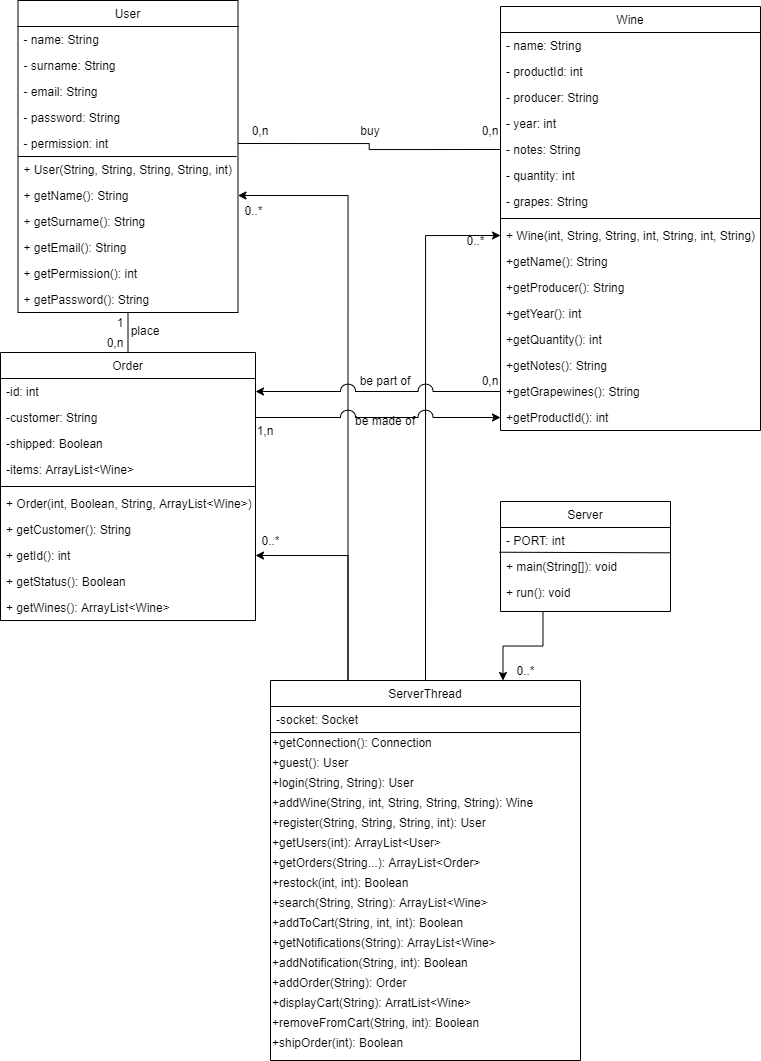
This is UML/ClassDiagram.png from Sclafus/Ecommerce-Server, a draw.io export, as it was before one commit. Source tidied: cells renumbered, new cells last; positions are measured from the earlier drawing's top-left corner, leaving out a move shared by most shapes.
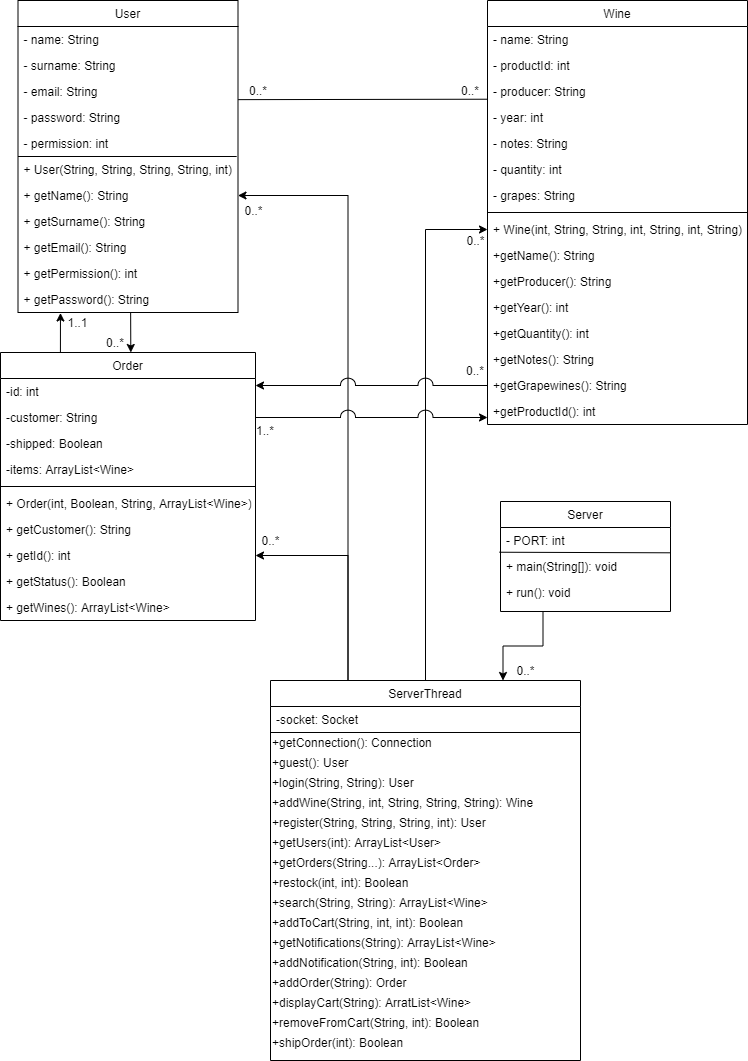
Later version of the same file.

What changed in the source:
```diff
@@ -36,7 +36,7 @@
       <mxGeometry y="242" width="255" height="26" as="geometry" />
     </mxCell>
     <mxCell id="13" value="Wine" style="swimlane;fontStyle=0;align=center;verticalAlign=top;horizontal=1;startSize=26;rounded=0;shadow=0;strokeWidth=1;" parent="1" vertex="1">
-      <mxGeometry x="500" y="6" width="260" height="424" as="geometry" />
+      <mxGeometry x="487" width="260" height="424" as="geometry" />
     </mxCell>
     <mxCell id="14" value="- name: String" style="text;align=left;verticalAlign=top;spacingLeft=4;spacingRight=4;overflow=hidden;" parent="13" vertex="1">
       <mxGeometry y="26" width="260" height="26" as="geometry" />
@@ -215,42 +215,24 @@
     <mxCell id="70" value="+ run(): void" style="text;align=left;verticalAlign=top;spacingLeft=4;spacingRight=4;overflow=hidden;rounded=0;shadow=0;html=0;" parent="66" vertex="1">
       <mxGeometry y="78" width="170" height="26" as="geometry" />
     </mxCell>
-    <mxCell id="71" value="0,n" style="text;html=1;strokeColor=none;fillColor=none;align=center;verticalAlign=middle;whiteSpace=wrap;rounded=0;" parent="1" vertex="1">
-      <mxGeometry x="480" y="120" width="20" height="20" as="geometry" />
+    <mxCell id="71" value="0..*" style="text;html=1;strokeColor=none;fillColor=none;align=center;verticalAlign=middle;whiteSpace=wrap;rounded=0;" parent="1" vertex="1">
+      <mxGeometry x="460" y="80" width="20" height="20" as="geometry" />
     </mxCell>
-    <mxCell id="72" value="0,n" style="text;html=1;strokeColor=none;fillColor=none;align=center;verticalAlign=middle;whiteSpace=wrap;rounded=0;" parent="1" vertex="1">
-      <mxGeometry x="250" y="120" width="20" height="20" as="geometry" />
+    <mxCell id="72" value="0..*" style="text;html=1;strokeColor=none;fillColor=none;align=center;verticalAlign=middle;whiteSpace=wrap;rounded=0;" parent="1" vertex="1">
+      <mxGeometry x="247.5" y="80" width="20" height="20" as="geometry" />
     </mxCell>
-    <mxCell id="73" value="buy" style="text;html=1;strokeColor=none;fillColor=none;align=center;verticalAlign=middle;whiteSpace=wrap;rounded=0;" parent="1" vertex="1">
-      <mxGeometry x="350" y="120" width="40" height="20" as="geometry" />
-    </mxCell>
-    <mxCell id="74" style="endArrow=none;html=1;entryX=0.5;entryY=1;entryDx=0;entryDy=0;exitX=0.5;exitY=0;exitDx=0;exitDy=0;" parent="1" edge="1" source="2" target="30">
-      <mxGeometry relative="1" as="geometry" />
-    </mxCell>
-    <mxCell id="75" value="place" style="text;html=1;strokeColor=none;fillColor=none;align=center;verticalAlign=middle;whiteSpace=wrap;rounded=0;" parent="1" vertex="1">
-      <mxGeometry x="125" y="320" width="40" height="20" as="geometry" />
-    </mxCell>
-    <mxCell id="76" value="0,n" style="text;html=1;strokeColor=none;fillColor=none;align=center;verticalAlign=middle;whiteSpace=wrap;rounded=0;" parent="1" vertex="1">
+    <mxCell id="76" value="0..*" style="text;html=1;strokeColor=none;fillColor=none;align=center;verticalAlign=middle;whiteSpace=wrap;rounded=0;" parent="1" vertex="1">
       <mxGeometry x="105" y="332" width="20" height="20" as="geometry" />
     </mxCell>
-    <mxCell id="77" value="1" style="text;html=1;strokeColor=none;fillColor=none;align=center;verticalAlign=middle;whiteSpace=wrap;rounded=0;" parent="1" vertex="1">
-      <mxGeometry x="115" y="312" width="10" height="20" as="geometry" />
+    <mxCell id="77" value="1..1" style="text;html=1;strokeColor=none;fillColor=none;align=center;verticalAlign=middle;whiteSpace=wrap;rounded=0;" parent="1" vertex="1">
+      <mxGeometry x="70" y="312" width="15" height="20" as="geometry" />
     </mxCell>
-    <mxCell id="78" value="0,n" style="text;html=1;strokeColor=none;fillColor=none;align=center;verticalAlign=middle;whiteSpace=wrap;rounded=0;" parent="1" vertex="1">
-      <mxGeometry x="480" y="370" width="20" height="20" as="geometry" />
+    <mxCell id="78" value="0..*" style="text;html=1;strokeColor=none;fillColor=none;align=center;verticalAlign=middle;whiteSpace=wrap;rounded=0;" parent="1" vertex="1">
+      <mxGeometry x="465" y="360" width="20" height="20" as="geometry" />
     </mxCell>
-    <mxCell id="79" value="be part of" style="text;html=1;strokeColor=none;fillColor=none;align=center;verticalAlign=middle;whiteSpace=wrap;rounded=0;" parent="1" vertex="1">
-      <mxGeometry x="355" y="370" width="60" height="20" as="geometry" />
-    </mxCell>
-    <mxCell id="80" value="1,n" style="text;html=1;strokeColor=none;fillColor=none;align=center;verticalAlign=middle;whiteSpace=wrap;rounded=0;" parent="1" vertex="1">
+    <mxCell id="80" value="1..*" style="text;html=1;strokeColor=none;fillColor=none;align=center;verticalAlign=middle;whiteSpace=wrap;rounded=0;" parent="1" vertex="1">
       <mxGeometry x="255" y="420" width="20" height="20" as="geometry" />
     </mxCell>
-    <mxCell id="81" value="be made of" style="text;html=1;strokeColor=none;fillColor=none;align=center;verticalAlign=middle;whiteSpace=wrap;rounded=0;" parent="1" vertex="1">
-      <mxGeometry x="350" y="410" width="70" height="20" as="geometry" />
-    </mxCell>
-    <mxCell id="82" style="edgeStyle=orthogonalEdgeStyle;rounded=0;jettySize=auto;html=1;exitX=1;exitY=0.5;exitDx=0;exitDy=0;entryX=0;entryY=0.5;entryDx=0;entryDy=0;endArrow=none;endFill=0;" parent="1" edge="1" source="36" target="18">
-      <mxGeometry relative="1" as="geometry" />
-    </mxCell>
     <mxCell id="83" value="0..*" style="text;html=1;align=center;verticalAlign=middle;" parent="1" vertex="1">
       <mxGeometry x="510" y="660" width="30" height="20" as="geometry" />
     </mxCell>
@@ -260,14 +242,34 @@
     <mxCell id="85" value="0..*" style="text;html=1;align=center;verticalAlign=middle;" parent="1" vertex="1">
       <mxGeometry x="237.5" y="200" width="30" height="20" as="geometry" />
     </mxCell>
-    <mxCell id="86" style="edgeStyle=orthogonalEdgeStyle;rounded=0;sketch=0;jumpStyle=arc;jumpSize=15;jettySize=auto;html=1;exitX=0;exitY=0.5;exitDx=0;exitDy=0;entryX=1;entryY=0.5;entryDx=0;entryDy=0;startArrow=none;startFill=0;endArrow=classic;endFill=1;" parent="1" edge="1" source="28" target="3">
-      <mxGeometry relative="1" as="geometry" />
+    <mxCell id="86" style="edgeStyle=orthogonalEdgeStyle;rounded=0;sketch=0;jumpStyle=arc;jumpSize=15;jettySize=auto;html=1;exitX=0;exitY=0.5;exitDx=0;exitDy=0;startArrow=none;startFill=0;endArrow=classic;endFill=1;" parent="1" edge="1" source="28">
+      <mxGeometry relative="1" as="geometry">
+        <mxPoint x="255" y="385" as="targetPoint" />
+        <Array as="points">
+          <mxPoint x="255" y="385" />
+        </Array>
+      </mxGeometry>
     </mxCell>
-    <mxCell id="87" style="edgeStyle=orthogonalEdgeStyle;rounded=0;sketch=0;jumpStyle=arc;jumpSize=15;jettySize=auto;html=1;exitX=1;exitY=0.5;exitDx=0;exitDy=0;entryX=0;entryY=0.5;entryDx=0;entryDy=0;startArrow=none;startFill=0;endArrow=classic;endFill=1;" parent="1" edge="1" source="4" target="29">
-      <mxGeometry relative="1" as="geometry" />
+    <mxCell id="87" style="edgeStyle=orthogonalEdgeStyle;rounded=0;sketch=0;jumpStyle=arc;jumpSize=15;jettySize=auto;html=1;exitX=1;exitY=0.5;exitDx=0;exitDy=0;startArrow=none;startFill=0;endArrow=classic;endFill=1;" parent="1" edge="1" source="4">
+      <mxGeometry relative="1" as="geometry">
+        <mxPoint x="487" y="417" as="targetPoint" />
+        <Array as="points">
+          <mxPoint x="380" y="417" />
+          <mxPoint x="380" y="417" />
+        </Array>
+      </mxGeometry>
     </mxCell>
     <mxCell id="88" value="0..*" style="text;html=1;align=center;verticalAlign=middle;" parent="1" vertex="1">
       <mxGeometry x="460" y="230" width="30" height="20" as="geometry" />
     </mxCell>
+    <mxCell id="89" style="endArrow=classic;html=1;exitX=0.235;exitY=0;exitDx=0;exitDy=0;exitPerimeter=0;entryX=0.193;entryY=1.019;entryDx=0;entryDy=0;entryPerimeter=0;" parent="1" edge="1" source="2" target="42">
+      <mxGeometry relative="1" as="geometry" />
+    </mxCell>
+    <mxCell id="90" style="endArrow=classic;html=1;exitX=0.512;exitY=1.002;exitDx=0;exitDy=0;exitPerimeter=0;entryX=0.511;entryY=0;entryDx=0;entryDy=0;entryPerimeter=0;" parent="1" edge="1" source="42" target="2">
+      <mxGeometry relative="1" as="geometry" />
+    </mxCell>
+    <mxCell id="91" style="endArrow=none;startArrow=none;html=1;exitX=1.001;exitY=0.813;exitDx=0;exitDy=0;exitPerimeter=0;entryX=-0.003;entryY=0.797;entryDx=0;entryDy=0;entryPerimeter=0;startFill=0;endFill=0;" parent="1" edge="1" source="33" target="16">
+      <mxGeometry relative="1" as="geometry" />
+    </mxCell>
   </root>
 </mxGraphModel>
```
